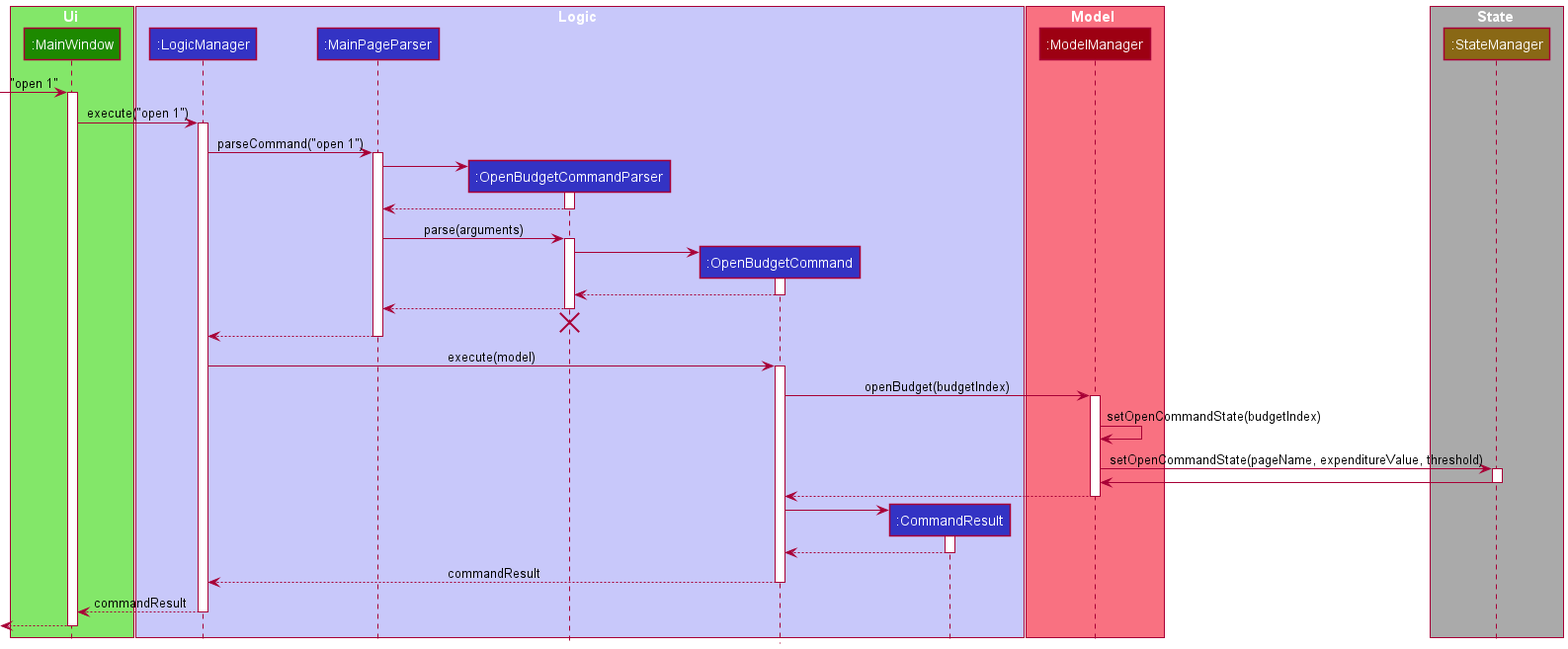
This is docs/images/UpdateTitleSequenceDiagram.png from yu-ming-chen/tp, a PlantUML export, as it was before one commit. Source of this version:
```plantuml
@startuml
!include style.puml

box Ui UI_COLOR_T1
participant ":MainWindow" as MainWindow UI_COLOR
end box

box Logic LOGIC_COLOR_T1
participant ":LogicManager" as LogicManager LOGIC_COLOR
participant ":MainPageParser" as MainPageParser LOGIC_COLOR
participant ":OpenBudgetCommandParser" as OpenBudgetCommandParser LOGIC_COLOR
participant ":OpenBudgetCommand" as OpenBudgetCommand LOGIC_COLOR
participant ":CommandResult" as CommandResult LOGIC_COLOR
end box

box Model MODEL_COLOR_T1
participant ":ModelManager" as ModelManager MODEL_COLOR
end box

box State STATE_COLOR_T1
participant ":StateManager" as StateManager STATE_COLOR
end box

[-> MainWindow : "open 1"
activate MainWindow

MainWindow -> LogicManager : execute("open 1")
activate LogicManager

LogicManager -> MainPageParser : parseCommand("open 1")
activate MainPageParser

create OpenBudgetCommandParser
MainPageParser -> OpenBudgetCommandParser
activate OpenBudgetCommandParser

OpenBudgetCommandParser --> MainPageParser
deactivate OpenBudgetCommandParser

MainPageParser -> OpenBudgetCommandParser : parse(arguments)
activate OpenBudgetCommandParser

create OpenBudgetCommand
OpenBudgetCommandParser -> OpenBudgetCommand
activate OpenBudgetCommand

OpenBudgetCommand --> OpenBudgetCommandParser
deactivate OpenBudgetCommand

OpenBudgetCommandParser --> MainPageParser
deactivate OpenBudgetCommandParser
OpenBudgetCommandParser -[hidden]-> MainPageParser
destroy OpenBudgetCommandParser

MainPageParser --> LogicManager
deactivate MainPageParser

LogicManager -> OpenBudgetCommand : execute(model)
activate OpenBudgetCommand

OpenBudgetCommand -> ModelManager : openBudget(budgetIndex)
activate ModelManager

ModelManager -> ModelManager : setOpenCommandState(budgetIndex)

ModelManager -> StateManager : setOpenCommandState(pageName, expenditureValue, threshold)
activate StateManager

StateManager -> ModelManager
deactivate StateManager

ModelManager --> OpenBudgetCommand
deactivate ModelManager

create CommandResult
OpenBudgetCommand -> CommandResult
activate CommandResult

CommandResult --> OpenBudgetCommand
deactivate CommandResult

OpenBudgetCommand --> LogicManager : commandResult
deactivate OpenBudgetCommand

LogicManager --> MainWindow : commandResult
deactivate LogicManager

[<--MainWindow
deactivate MainWindow
@enduml
```
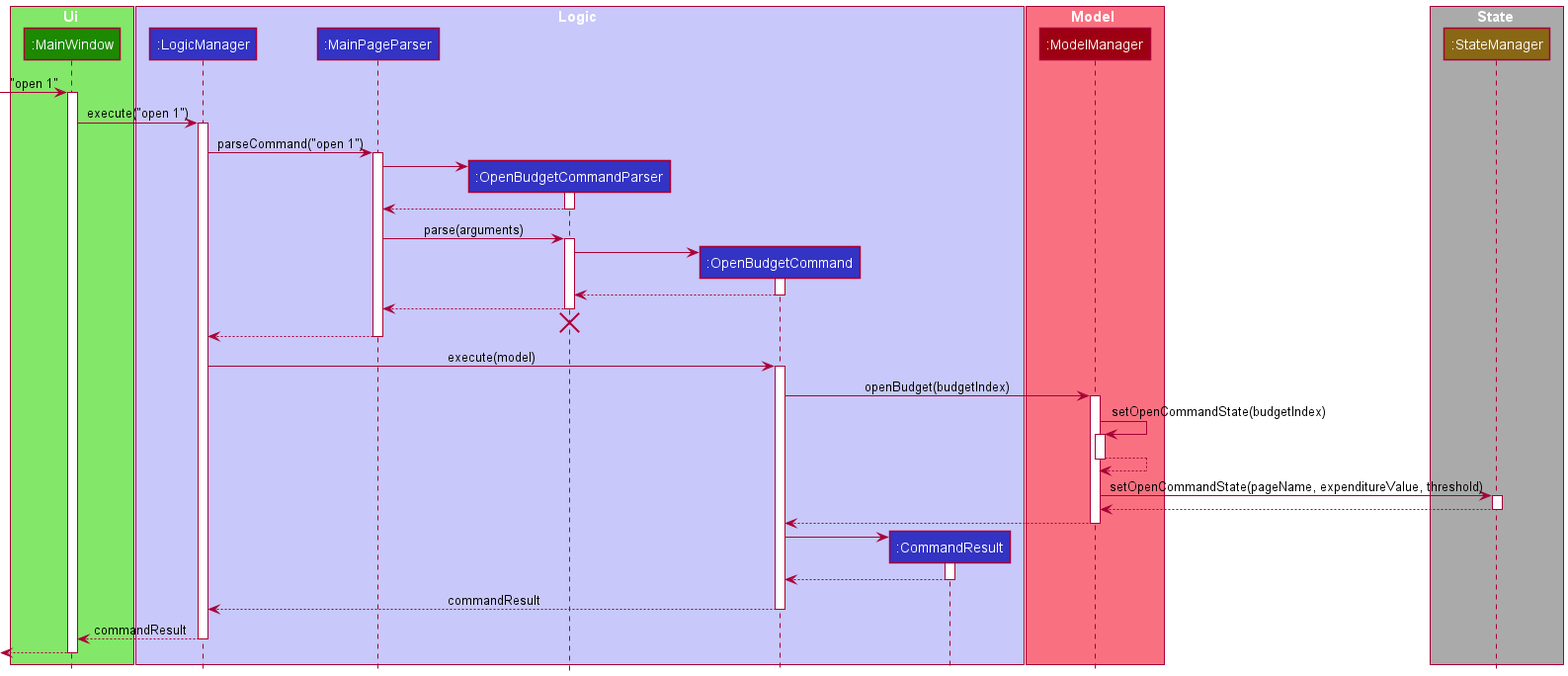
After the commit.

Commit message:
Fix sequence diagram DG

Change to the diagram source:
```diff
@@ -62,11 +62,14 @@
 activate ModelManager
 
 ModelManager -> ModelManager : setOpenCommandState(budgetIndex)
+activate ModelManager
+ModelManager --> ModelManager
+deactivate ModelManager
 
 ModelManager -> StateManager : setOpenCommandState(pageName, expenditureValue, threshold)
 activate StateManager
 
-StateManager -> ModelManager
+StateManager --> ModelManager
 deactivate StateManager
 
 ModelManager --> OpenBudgetCommand
```
